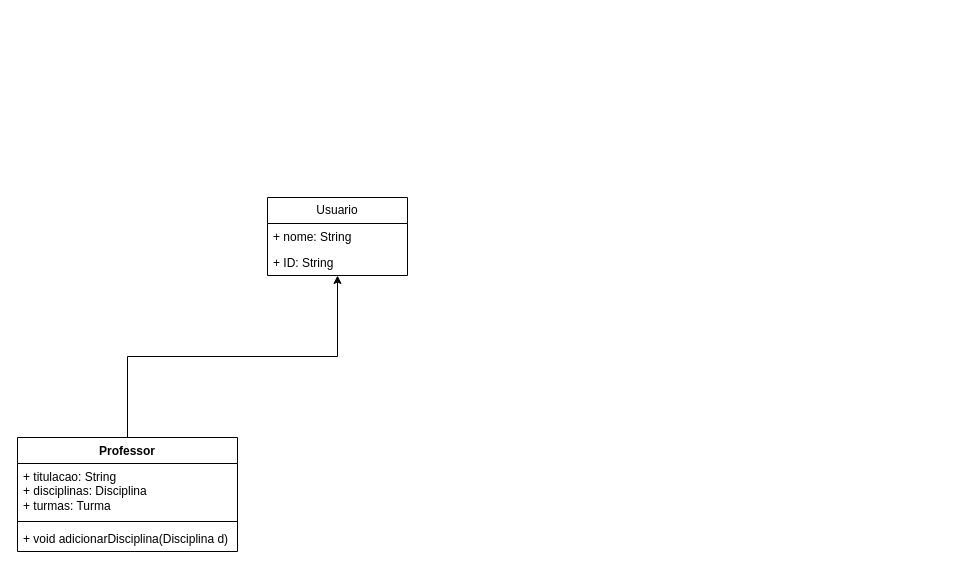
Before: UMLS/Professor.drawio in Gotoxico/EscolaPOO2, a draw.io diagram. Source tidied: cells renumbered, new cells numbered last; positions are measured from the earlier drawing's top-left corner, leaving out a move shared by most shapes. Both pictures are drawn from the tidied source at 100%, with x=0, y=0 at pixel (17, 197).
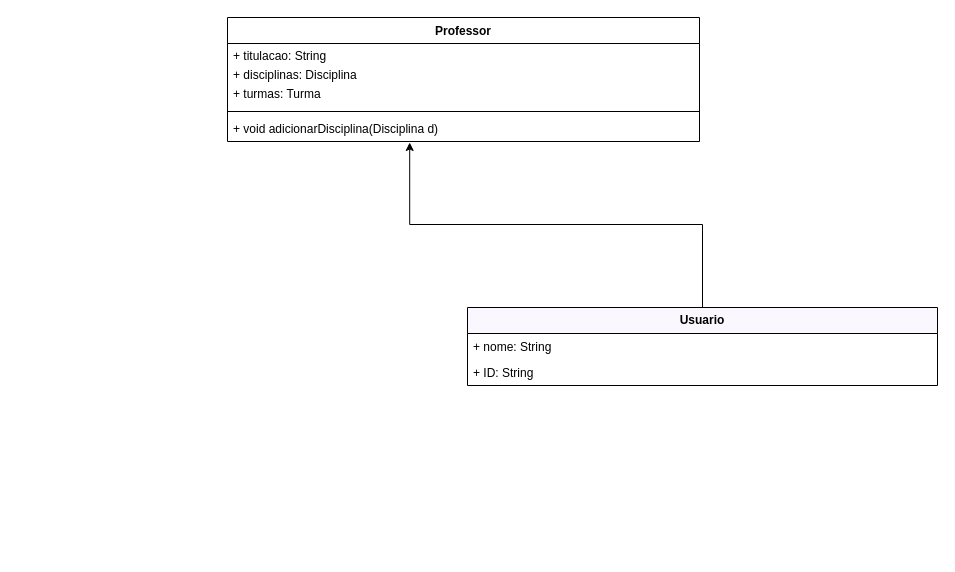
Above is the later version.

Change to the diagram source:
```diff
@@
 <mxGraphModel>
   <root>
     <mxCell id="0" />
     <mxCell id="1" parent="0" />
-    <mxCell id="2" style="edgeStyle=orthogonalEdgeStyle;rounded=0;jettySize=auto;html=1;exitX=0.5;exitY=0;exitDx=0;exitDy=0;entryX=0.5;entryY=1;entryDx=0;entryDy=0;" parent="1" edge="1" source="3" target="7">
-      <mxGeometry relative="1" as="geometry" />
-    </mxCell>
-    <mxCell id="3" value="Professor" style="swimlane;fontStyle=1;align=center;verticalAlign=top;horizontal=1;startSize=26;whiteSpace=wrap;html=1;" parent="1" vertex="1">
-      <mxGeometry y="240" width="220" height="114" as="geometry" />
+    <mxCell id="3" value="Professor" style="swimlane;fontStyle=1;align=center;verticalAlign=top;horizontal=1;startSize=26;whiteSpace=wrap;html=1;fillColor=#ffffff;" parent="1" vertex="1">
+      <mxGeometry x="210" y="-180" width="472" height="124" as="geometry" />
     </mxCell>
-    <mxCell id="4" value="&lt;div&gt;+ titulacao: String&lt;/div&gt;&lt;div&gt;+ disciplinas: Disciplina&lt;br&gt;&lt;/div&gt;&lt;div&gt;+ turmas: Turma&lt;br&gt;&lt;/div&gt;" style="text;strokeColor=none;fillColor=none;align=left;verticalAlign=top;spacingLeft=4;spacingRight=4;overflow=hidden;whiteSpace=wrap;html=1;" parent="3" vertex="1">
-      <mxGeometry y="26" width="220" height="54" as="geometry" />
+    <mxCell id="4" value="&lt;div style=&quot;line-height: 160%;&quot;&gt;+ titulacao: String&lt;/div&gt;&lt;div style=&quot;line-height: 160%;&quot;&gt;+ disciplinas: Disciplina&lt;br&gt;&lt;/div&gt;&lt;div style=&quot;line-height: 160%;&quot;&gt;+ turmas: Turma&lt;br&gt;&lt;/div&gt;" style="text;strokeColor=none;fillColor=none;align=left;verticalAlign=middle;spacingLeft=4;spacingRight=4;overflow=hidden;whiteSpace=wrap;html=1;" parent="3" vertex="1">
+      <mxGeometry y="26" width="472" height="64" as="geometry" />
     </mxCell>
-    <mxCell id="5" style="line;strokeWidth=1;fillColor=none;align=left;verticalAlign=middle;spacingTop=-1;spacingLeft=3;spacingRight=3;labelPosition=right;strokeColor=inherit;" parent="3" vertex="1">
-      <mxGeometry y="80" width="220" height="8" as="geometry" />
-    </mxCell>
+    <mxCell id="10" style="line;strokeWidth=1;fillColor=none;align=left;verticalAlign=middle;spacingTop=-1;spacingLeft=3;spacingRight=3;labelPosition=right;strokeColor=inherit;" parent="3" vertex="1">
+      <mxGeometry y="90" width="472" height="8" as="geometry" />
+    </mxCell>
     <mxCell id="6" value="+ void adicionarDisciplina(Disciplina d)" style="text;strokeColor=none;fillColor=none;align=left;verticalAlign=top;spacingLeft=4;spacingRight=4;overflow=hidden;points=[[0,0.5],[1,0.5]];portConstraint=eastwest;whiteSpace=wrap;html=1;" parent="3" vertex="1">
-      <mxGeometry y="88" width="220" height="26" as="geometry" />
+      <mxGeometry y="98" width="472" height="26" as="geometry" />
     </mxCell>
-    <mxCell id="7" value="Usuario" style="swimlane;fontStyle=0;horizontal=1;startSize=26;fillColor=none;whiteSpace=wrap;html=1;" parent="1" vertex="1">
-      <mxGeometry x="250" width="140" height="78" as="geometry" />
+    <mxCell id="7" value="&lt;b&gt;Usuario&lt;/b&gt;" style="swimlane;fontStyle=0;horizontal=1;startSize=26;fillColor=#FBF7FF;whiteSpace=wrap;html=1;" parent="1" vertex="1">
+      <mxGeometry x="450" y="110" width="470" height="78" as="geometry" />
     </mxCell>
     <mxCell id="8" value="+ nome: String" style="text;strokeColor=none;fillColor=none;align=left;verticalAlign=top;spacingLeft=4;spacingRight=4;overflow=hidden;whiteSpace=wrap;html=1;" parent="7" vertex="1">
-      <mxGeometry y="26" width="140" height="26" as="geometry" />
+      <mxGeometry y="26" width="470" height="26" as="geometry" />
     </mxCell>
     <mxCell id="9" value="+ ID: String" style="text;strokeColor=none;fillColor=none;align=left;verticalAlign=top;spacingLeft=4;spacingRight=4;overflow=hidden;whiteSpace=wrap;html=1;" parent="7" vertex="1">
-      <mxGeometry y="52" width="140" height="26" as="geometry" />
+      <mxGeometry y="52" width="470" height="26" as="geometry" />
     </mxCell>
+    <mxCell id="11" style="edgeStyle=orthogonalEdgeStyle;rounded=0;jettySize=auto;html=1;entryX=0.386;entryY=1.038;entryDx=0;entryDy=0;entryPerimeter=0;" parent="1" edge="1" source="7" target="6">
+      <mxGeometry relative="1" as="geometry" />
+    </mxCell>
   </root>
 </mxGraphModel>
```
